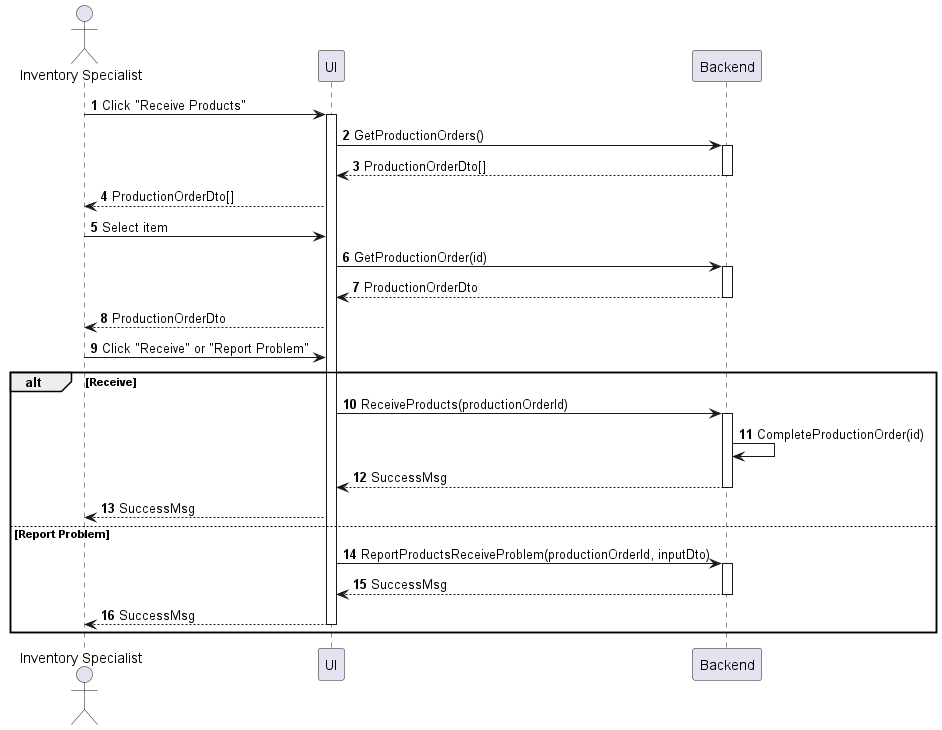
Earlier version of the PlantUML export sequences/inventory-product-receive.png (phihungha/scmss-reqs).
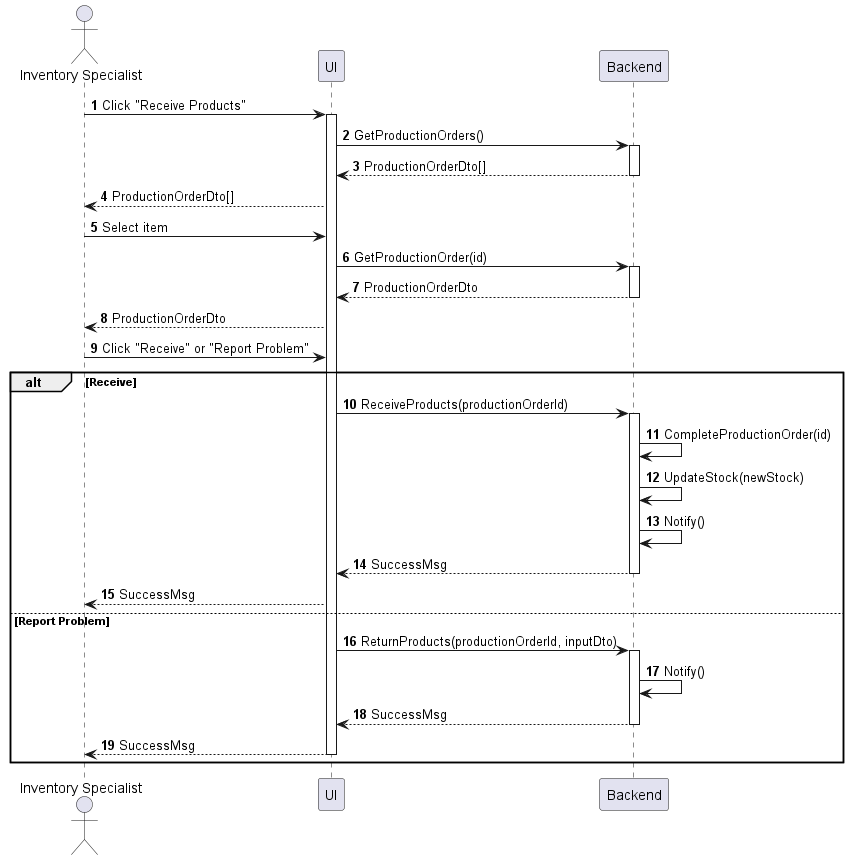
Above is the later version.

Change to the diagram source:
```diff
@@ -22,11 +22,14 @@
     f -> b : ReceiveProducts(productionOrderId)
     activate b
     b -> b : CompleteProductionOrder(id)
+    b -> b : UpdateStock(newStock)
+    b -> b : Notify()
     return SuccessMsg
     f --> a : SuccessMsg
 else Report Problem
-    f -> b : ReportProductsReceiveProblem(productionOrderId, inputDto)
+    f -> b : ReturnProducts(productionOrderId, inputDto)
     activate b
+    b -> b : Notify()
     return SuccessMsg
     f --> a : SuccessMsg
     deactivate f
```
